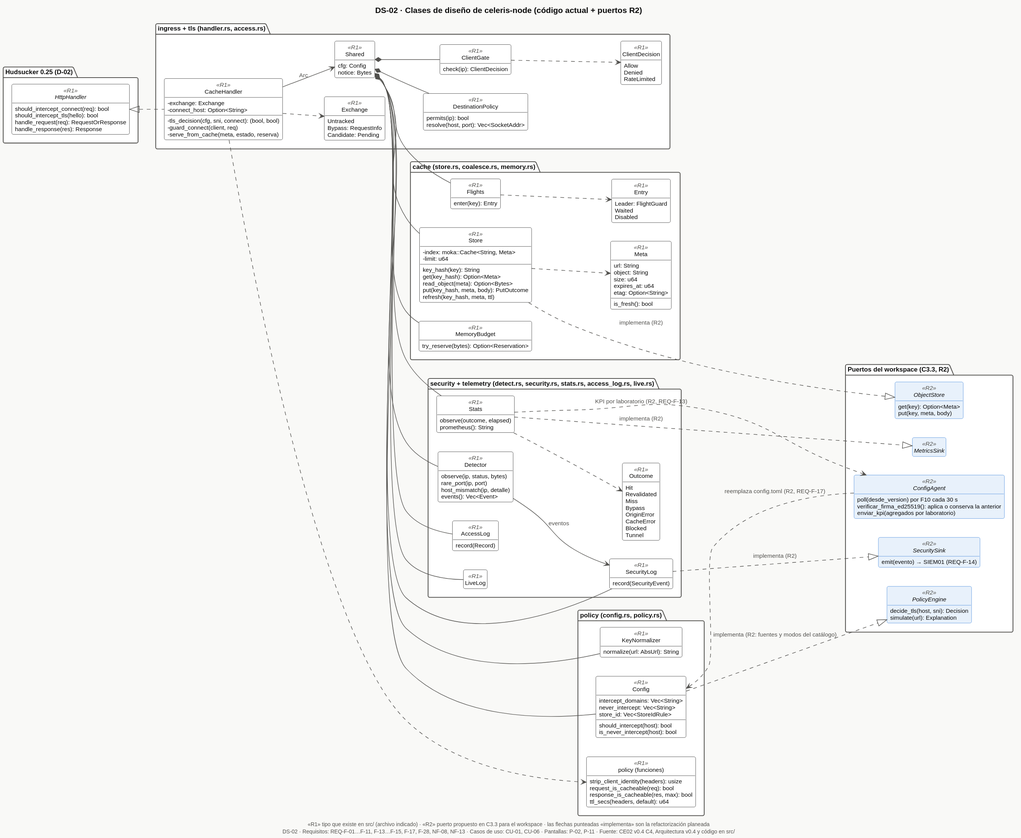
Nick-Saim-MJ/Project-Celeris keeps this PlantUML diagram as docs/software/e1/diagramas/svg/DS-02-clases-nodo.svg. Above is the earlier version.
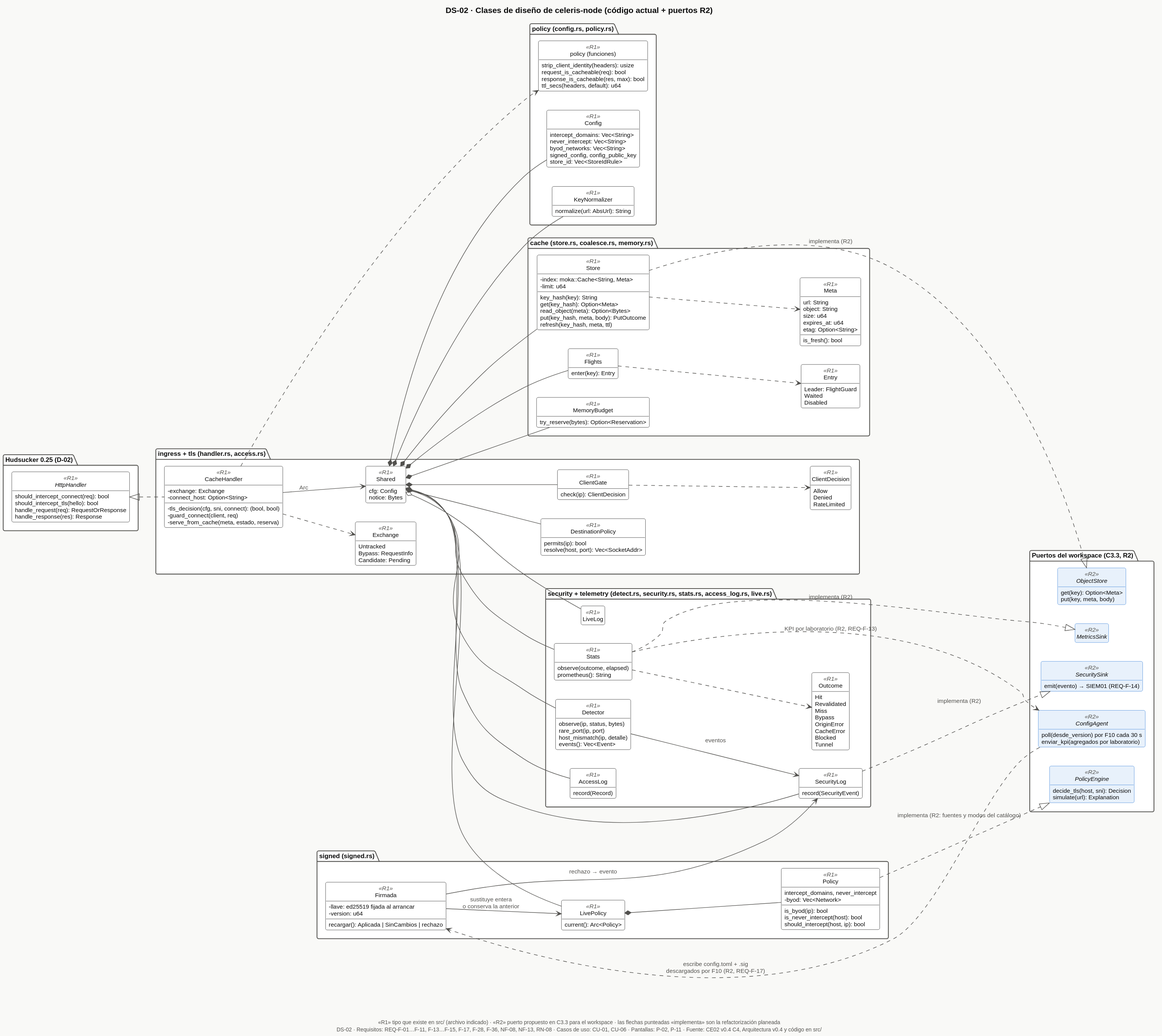
Later version of the same file.

The edit, as a diff of the source:
```diff
@@ -48,9 +48,9 @@
   class Config <<R1>> {
     intercept_domains: Vec<String>
     never_intercept: Vec<String>
+    byod_networks: Vec<String>
+    signed_config, config_public_key
     store_id: Vec<StoreIdRule>
-    should_intercept(host): bool
-    is_never_intercept(host): bool
   }
   class KeyNormalizer <<R1>> {
     normalize(url: AbsUrl): String
@@ -60,6 +60,24 @@
     request_is_cacheable(req): bool
     response_is_cacheable(res, max): bool
     ttl_secs(headers, default): u64
+  }
+}
+
+package "signed (signed.rs)" {
+  class Policy <<R1>> {
+    intercept_domains, never_intercept
+    -byod: Vec<Network>
+    is_byod(ip): bool
+    is_never_intercept(host): bool
+    should_intercept(host, ip): bool
+  }
+  class LivePolicy <<R1>> {
+    current(): Arc<Policy>
+  }
+  class Firmada <<R1>> {
+    -llave: ed25519 fijada al arrancar
+    -version: u64
+    recargar(): Aplicada | SinCambios | rechazo
   }
 }
 
@@ -139,7 +157,6 @@
   interface MetricsSink <<R2>>
   interface ConfigAgent <<R2>> {
     poll(desde_version) por F10 cada 30 s
-    verificar_firma_ed25519(): aplica o conserva la anterior
     enviar_kpi(agregados por laboratorio)
   }
 }
@@ -148,6 +165,10 @@
 CacheHandler --> Shared : Arc
 CacheHandler ..> Exchange
 Shared *-- Config
+Shared *-- LivePolicy
+LivePolicy *-- Policy
+Firmada --> LivePolicy : sustituye entera\no conserva la anterior
+Firmada --> SecurityLog : rechazo → evento
 Shared *-- KeyNormalizer
 Shared *-- ClientGate
 Shared *-- DestinationPolicy
@@ -166,12 +187,12 @@
 Stats ..> Outcome
 CacheHandler ..> PolicyFns
 
-Config ..|> PolicyEngine : implementa (R2: fuentes y modos del catálogo)
+Policy ..|> PolicyEngine : implementa (R2: fuentes y modos del catálogo)
 Store ..|> ObjectStore : implementa (R2)
 SecurityLog ..|> SecuritySink : implementa (R2)
 Stats ..|> MetricsSink : implementa (R2)
-ConfigAgent ..> Config : reemplaza config.toml (R2, REQ-F-17)
+ConfigAgent ..> Firmada : escribe config.toml + .sig\ndescargados por F10 (R2, REQ-F-17)
 Stats ..> ConfigAgent : KPI por laboratorio (R2, REQ-F-13)
 
-$pie("DS-02", "REQ-F-01…F-11, F-13…F-15, F-17, F-28, NF-08, NF-13", "CU-01, CU-06", "P-02, P-11")
+$pie("DS-02", "REQ-F-01…F-11, F-13…F-15, F-17, F-28, F-36, NF-08, NF-13, RN-08", "CU-01, CU-06", "P-02, P-11")
 @enduml
```
